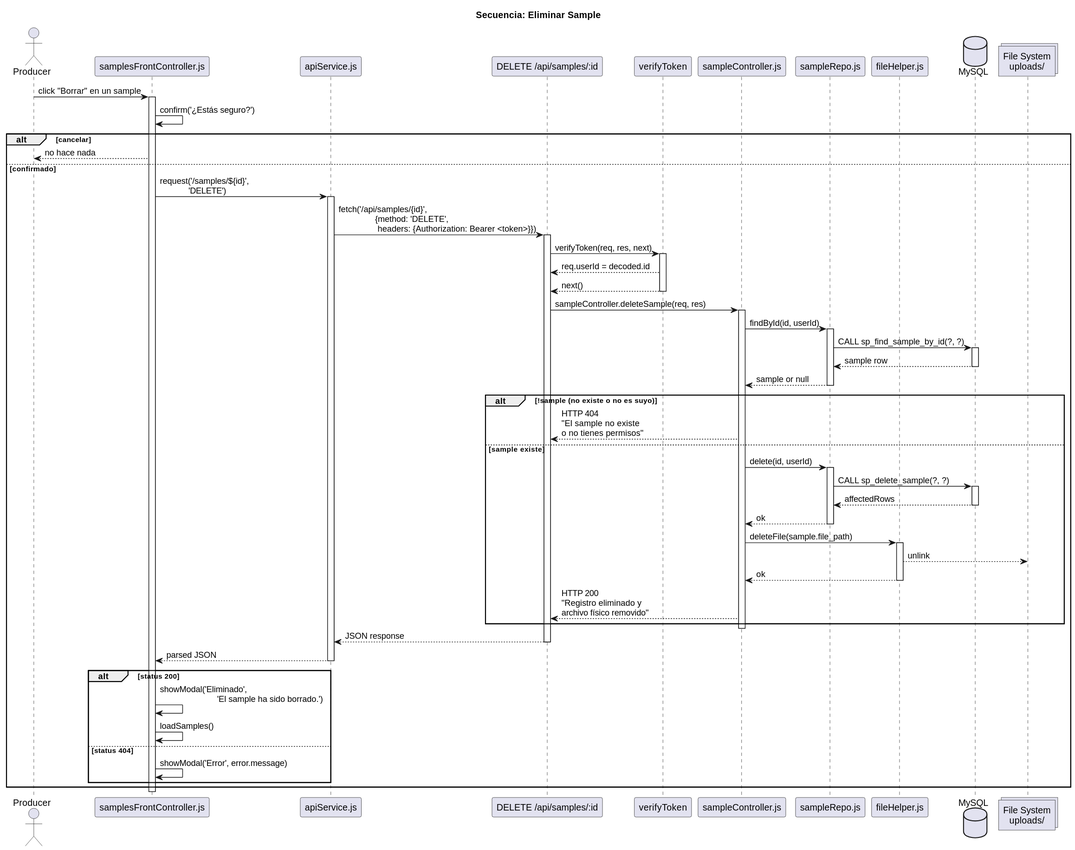
Earlier version of the PlantUML export 30-assignments/2026-06-02-practico-01/code/docs/diagrams/_assets/sequence-delete.svg (estebanmatias92/tecnicatura-practicas-profesionalizantes-ii).
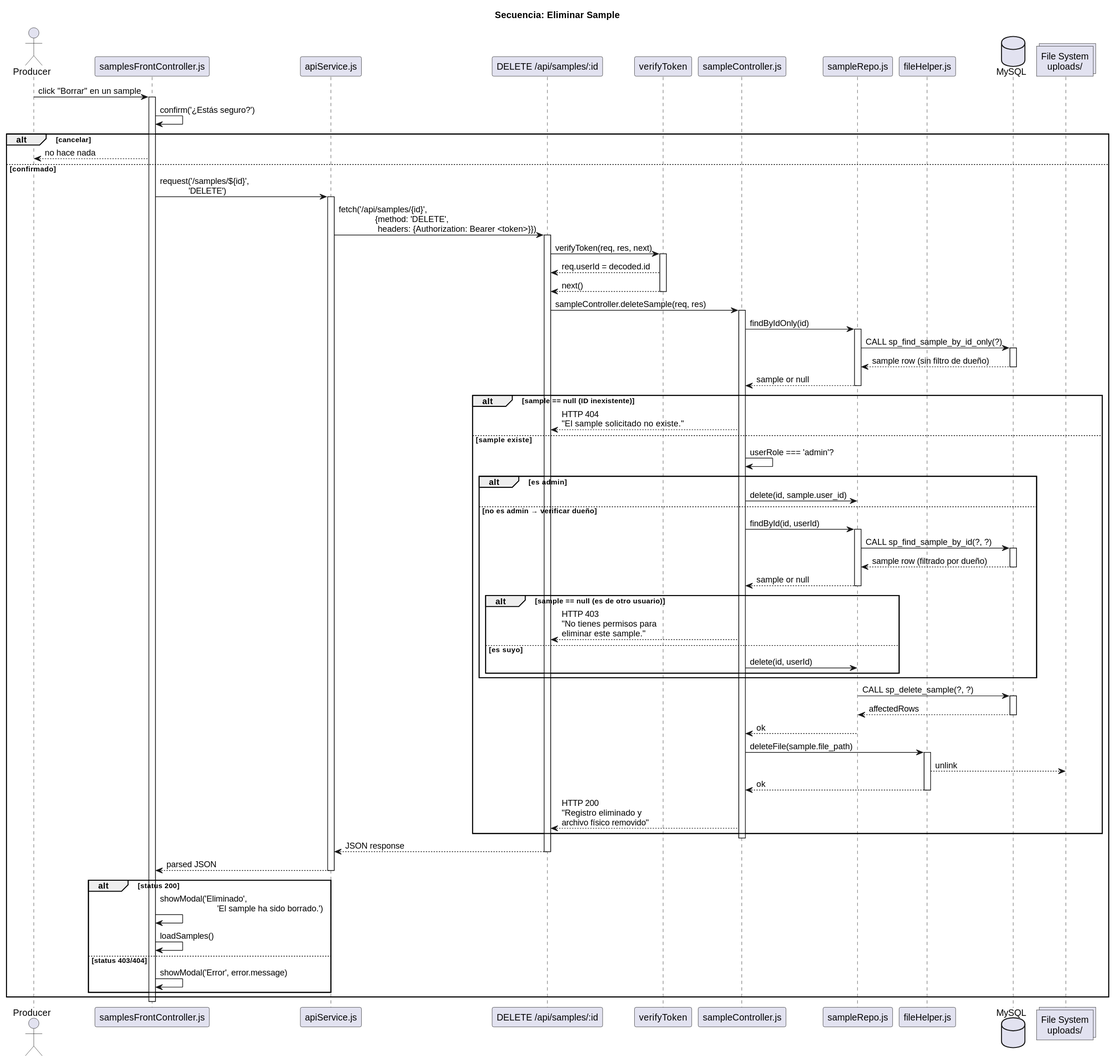
The same diagram one commit later.

What changed in the source:
```diff
@@ -35,28 +35,46 @@
     route -> ctrl : sampleController.deleteSample(req, res)
     activate ctrl
 
-    ctrl -> repo : findById(id, userId)
+    ctrl -> repo : findByIdOnly(id)
     activate repo
 
-    repo -> db : CALL sp_find_sample_by_id(?, ?)
+    repo -> db : CALL sp_find_sample_by_id_only(?)
     activate db
-    db --> repo : sample row
+    db --> repo : sample row (sin filtro de dueño)
     deactivate db
 
     repo --> ctrl : sample or null
     deactivate repo
 
-    alt !sample (no existe o no es suyo)
-        ctrl --> route : HTTP 404\n"El sample no existe\no no tienes permisos"
+    alt sample == null (ID inexistente)
+        ctrl --> route : HTTP 404\n"El sample solicitado no existe."
     else sample existe
-        ctrl -> repo : delete(id, userId)
+
+        ctrl -> ctrl : userRole === 'admin'?
+        alt es admin
+            ctrl -> repo : delete(id, sample.user_id)
+        else no es admin → verificar dueño
+            ctrl -> repo : findById(id, userId)
+            activate repo
+            repo -> db : CALL sp_find_sample_by_id(?, ?)
+            activate db
+            db --> repo : sample row (filtrado por dueño)
+            deactivate db
+            repo --> ctrl : sample or null
+            deactivate repo
+
+            alt sample == null (es de otro usuario)
+                ctrl --> route : HTTP 403\n"No tienes permisos para\neliminar este sample."
+            else es suyo
+                ctrl -> repo : delete(id, userId)
+            end
+        end
+
         activate repo
-
         repo -> db : CALL sp_delete_sample(?, ?)
         activate db
         db --> repo : affectedRows
         deactivate db
-
         repo --> ctrl : ok
         deactivate repo
 
@@ -78,7 +96,7 @@
     alt status 200
         fe -> fe : showModal('Eliminado',\n                      'El sample ha sido borrado.')
         fe -> fe : loadSamples()
-    else status 404
+    else status 403/404
         fe -> fe : showModal('Error', error.message)
     end
 end
```
